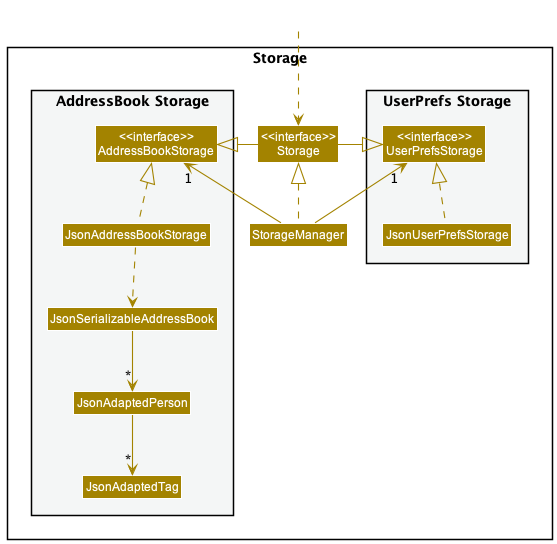
Earlier version of the PlantUML export docs/images/StorageClassDiagram.png (nus-cs2103-AY2223S2/tp). Its diagram source:
```plantuml
@startuml
!include style.puml
skinparam arrowThickness 1.1
skinparam arrowColor STORAGE_COLOR
skinparam classBackgroundColor STORAGE_COLOR

package Storage{

package "UserPrefs Storage" #F4F6F6{
Class "<<interface>>\nUserPrefsStorage" as UserPrefsStorage
Class JsonUserPrefsStorage
}

Class "<<interface>>\nStorage" as Storage
Class StorageManager

package "AddressBook Storage" #F4F6F6{
Class "<<interface>>\nAddressBookStorage" as AddressBookStorage
Class JsonAddressBookStorage
Class JsonSerializableAddressBook
Class JsonAdaptedPerson
Class JsonAdaptedTag
}

}

Class HiddenOutside #FFFFFF
HiddenOutside ..> Storage

StorageManager .up.|> Storage
StorageManager -up-> "1" UserPrefsStorage
StorageManager -up-> "1" AddressBookStorage

Storage -left-|> UserPrefsStorage
Storage -right-|> AddressBookStorage

JsonUserPrefsStorage .up.|> UserPrefsStorage
JsonAddressBookStorage .up.|> AddressBookStorage
JsonAddressBookStorage ..> JsonSerializableAddressBook
JsonSerializableAddressBook --> "*" JsonAdaptedPerson
JsonAdaptedPerson --> "*" JsonAdaptedTag

@enduml
```
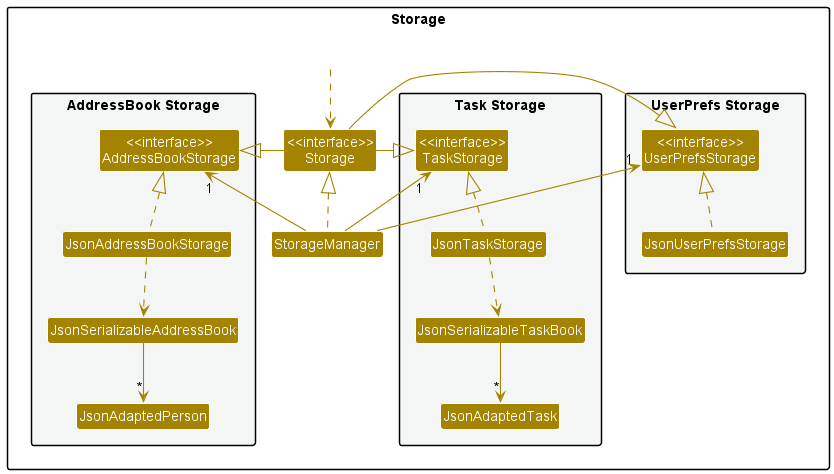
Later version of the same file.

Diff of the diagram source:
```diff
@@ -19,9 +19,13 @@
 Class JsonAddressBookStorage
 Class JsonSerializableAddressBook
 Class JsonAdaptedPerson
-Class JsonAdaptedTag
 }
 
+package "Task Storage" #F4F6F6{
+Class "<<interface>>\nTaskStorage" as TaskStorage
+Class JsonTaskStorage
+Class JsonSerializableTaskBook
+Class JsonAdaptedTask
 }
 
 Class HiddenOutside #FFFFFF
@@ -30,14 +34,20 @@
 StorageManager .up.|> Storage
 StorageManager -up-> "1" UserPrefsStorage
 StorageManager -up-> "1" AddressBookStorage
+StorageManager -left-> "1" TaskStorage
 
 Storage -left-|> UserPrefsStorage
 Storage -right-|> AddressBookStorage
+Storage -right-|> TaskStorage
 
 JsonUserPrefsStorage .up.|> UserPrefsStorage
 JsonAddressBookStorage .up.|> AddressBookStorage
 JsonAddressBookStorage ..> JsonSerializableAddressBook
 JsonSerializableAddressBook --> "*" JsonAdaptedPerson
-JsonAdaptedPerson --> "*" JsonAdaptedTag
+
+
+JsonTaskStorage .up.|> TaskStorage
+JsonTaskStorage ..> JsonSerializableTaskBook
+JsonSerializableTaskBook --> "*" JsonAdaptedTask
 
 @enduml
```
